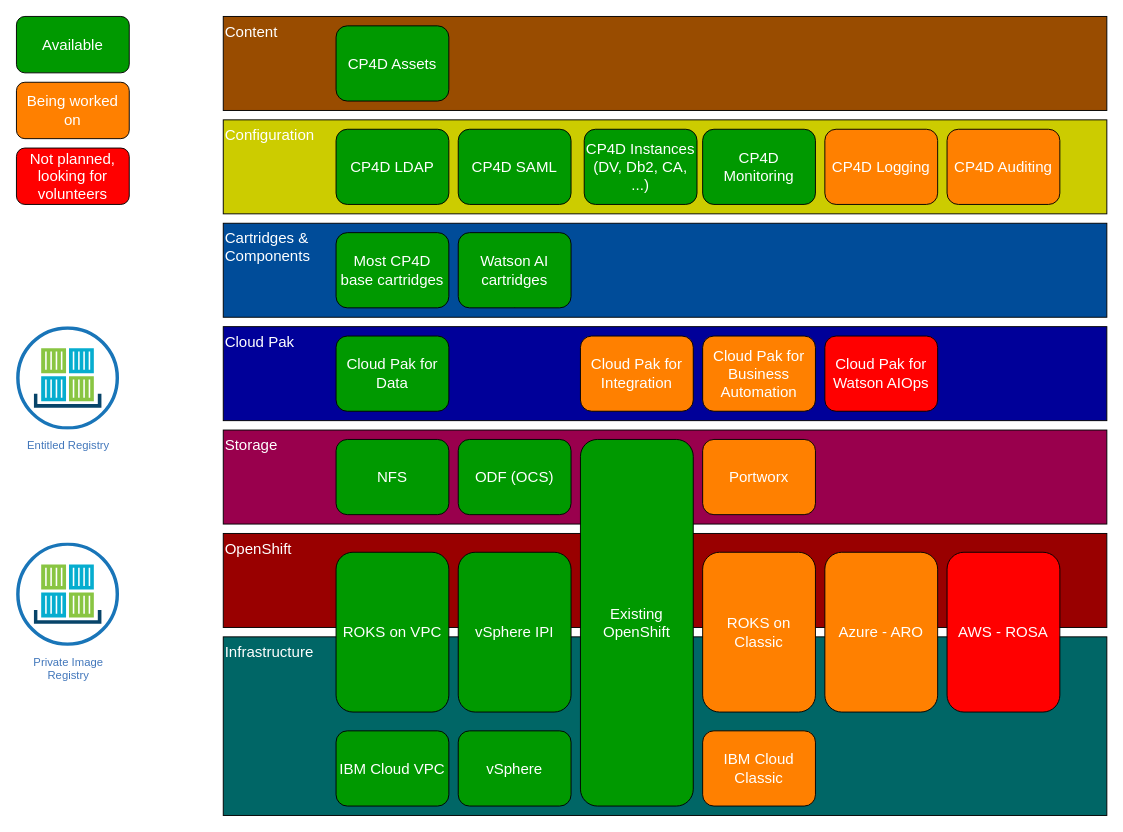
Before: doc/src/pages/cp-deploy/overview/cp-deploy-current-state.drawio in IBM/cloud-pak-deployer, a draw.io diagram. Source tidied: cells renumbered, new cells numbered last; positions are measured from the earlier drawing's top-left corner, leaving out a move shared by most shapes. Both pictures are drawn from the tidied source at 94%, with x=0, y=0 at pixel (16, 16).
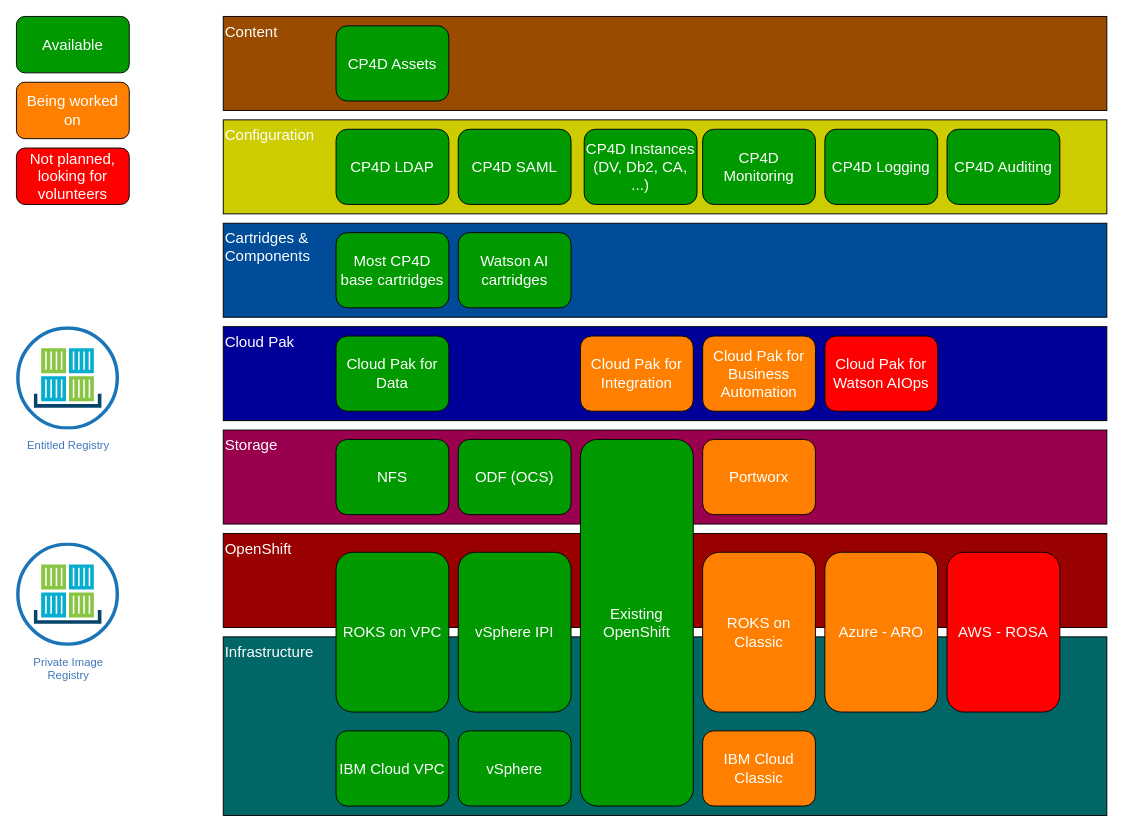
After the change.

Commit message (it also covers changes not shown here):
Update overview with auditing and logging

What changed in the source:
```diff
@@
-    <mxCell id="44" value="CP4D Logging" style="rounded=1;whiteSpace=wrap;html=1;fontSize=16;fontColor=#FFFFFF;fillColor=#FF8000;align=center;verticalAlign=middle;" parent="39" vertex="1">
+    <mxCell id="44" value="CP4D Logging" style="rounded=1;whiteSpace=wrap;html=1;fontSize=16;fontColor=#FFFFFF;fillColor=#009900;align=center;verticalAlign=middle;" parent="39" vertex="1">
       <mxGeometry x="860" y="120" width="120" height="80" as="geometry" />
     </mxCell>
-    <mxCell id="45" value="CP4D Auditing" style="rounded=1;whiteSpace=wrap;html=1;fontSize=16;fontColor=#FFFFFF;fillColor=#FF8000;align=center;verticalAlign=middle;" parent="39" vertex="1">
+    <mxCell id="45" value="CP4D Auditing" style="rounded=1;whiteSpace=wrap;html=1;fontSize=16;fontColor=#FFFFFF;fillColor=#009900;align=center;verticalAlign=middle;" parent="39" vertex="1">
       <mxGeometry x="990" y="120" width="120" height="80" as="geometry" />
     </mxCell>
```
